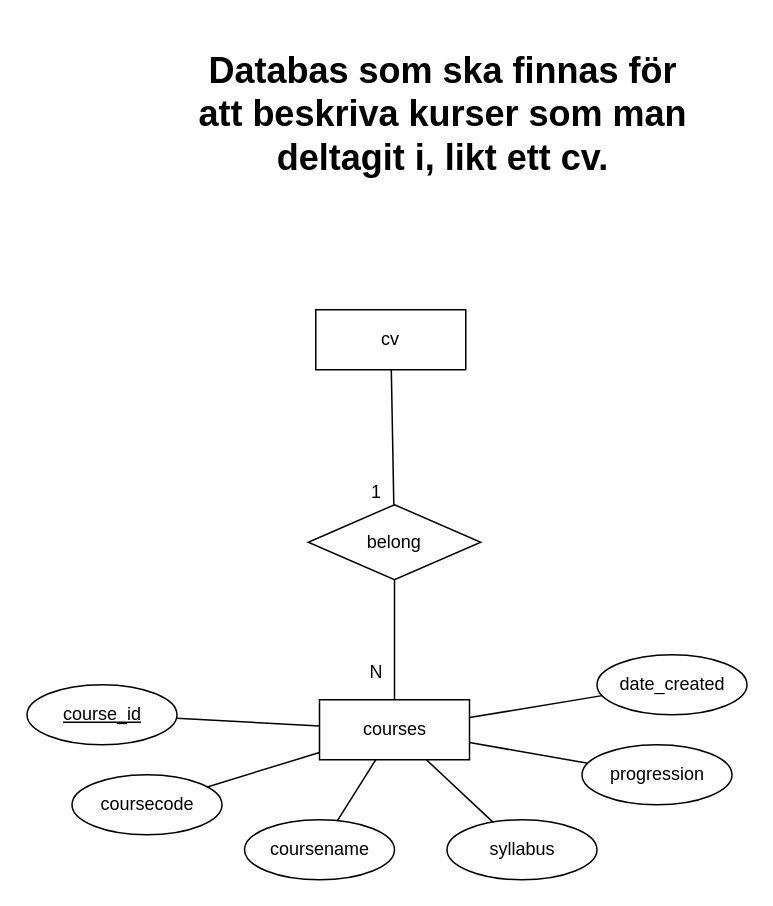
filipbergander/laboration1---backend keeps this draw.io diagram as db.drawio. Above is the earlier version. Source tidied: cells renumbered, new cells numbered last; positions are measured from the earlier drawing's top-left corner, leaving out a move shared by most shapes. Both pictures are drawn from the tidied source at 150%, with x=0, y=0 at pixel (26, 39).
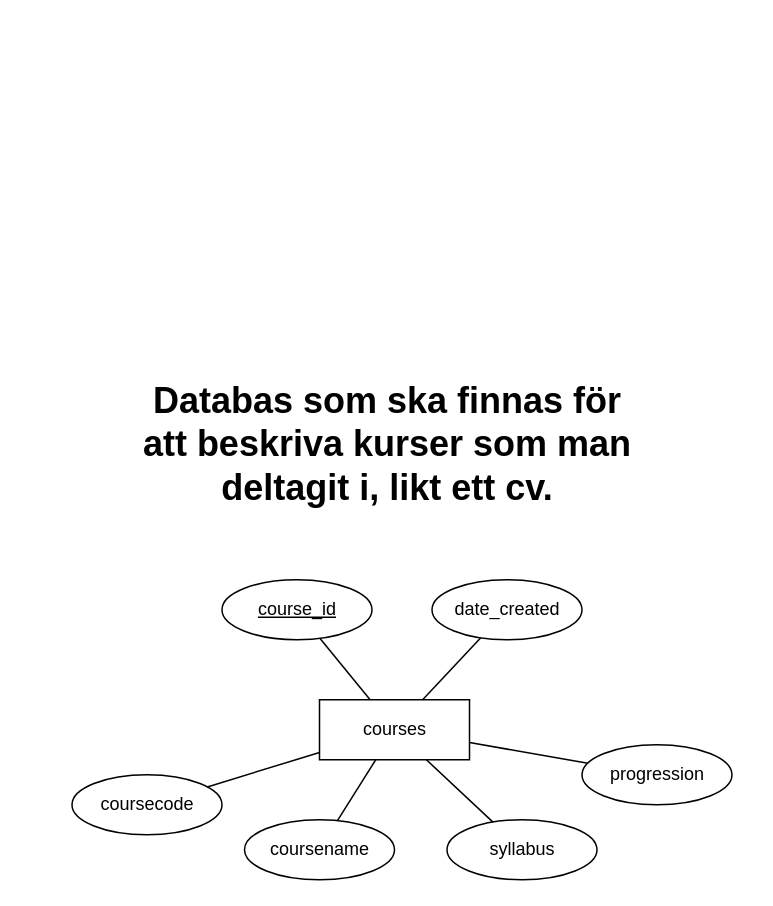
The same page after the edit.

The change refers to these unchanged cells:
```xml
<mxCell id="2" value="courses" style="whiteSpace=wrap;html=1;align=center;" parent="1" vertex="1">
  <mxGeometry x="195.5" y="440" width="100" height="40" as="geometry" />
</mxCell>
```

What changed in the source:
```diff
@@
     <mxCell id="3" value="&lt;h1&gt;Databas som ska finnas för att beskriva kurser som man deltagit i, likt ett cv.&lt;/h1&gt;" style="text;strokeColor=none;align=center;fillColor=none;html=1;verticalAlign=middle;whiteSpace=wrap;rounded=0;" parent="1" vertex="1">
-      <mxGeometry x="108" width="340" height="100" as="geometry" />
+      <mxGeometry x="70.5" y="220" width="340" height="100" as="geometry" />
     </mxCell>
     <mxCell id="4" value="course_id" style="ellipse;whiteSpace=wrap;html=1;align=center;fontStyle=4;" parent="1" vertex="1">
-      <mxGeometry x="0.5" y="430" width="100" height="40" as="geometry" />
+      <mxGeometry x="130.5" y="360" width="100" height="40" as="geometry" />
     </mxCell>
@@
     <mxCell id="14" value="date_created" style="ellipse;whiteSpace=wrap;html=1;align=center;" parent="1" vertex="1">
-      <mxGeometry x="380.5" y="410" width="100" height="40" as="geometry" />
+      <mxGeometry x="270.5" y="360" width="100" height="40" as="geometry" />
     </mxCell>
@@
-    <mxCell id="16" value="cv" style="whiteSpace=wrap;html=1;align=center;" parent="1" vertex="1">
-      <mxGeometry x="193" y="180" width="100" height="40" as="geometry" />
-    </mxCell>
-    <mxCell id="17" value="belong" style="shape=rhombus;perimeter=rhombusPerimeter;whiteSpace=wrap;html=1;align=center;" parent="1" vertex="1">
-      <mxGeometry x="188" y="310" width="115" height="50" as="geometry" />
-    </mxCell>
-    <mxCell id="18" style="endArrow=none;html=1;rounded=0;" parent="1" edge="1" source="17" target="2">
-      <mxGeometry relative="1" as="geometry" />
-    </mxCell>
-    <mxCell id="19" value="N" style="html=1;whiteSpace=wrap;align=right;verticalAlign=bottom;" parent="18" vertex="1">
-      <mxGeometry x="1" relative="1" as="geometry">
-        <mxPoint x="-7" y="-10" as="offset" />
-      </mxGeometry>
-    </mxCell>
-    <mxCell id="20" style="endArrow=none;html=1;rounded=0;" parent="1" edge="1" source="16" target="17">
-      <mxGeometry relative="1" as="geometry" />
-    </mxCell>
-    <mxCell id="21" value="1" style="html=1;whiteSpace=wrap;align=right;verticalAlign=bottom;" parent="20" vertex="1">
-      <mxGeometry x="1" relative="1" as="geometry">
-        <mxPoint x="-7" as="offset" />
-      </mxGeometry>
-    </mxCell>
```
